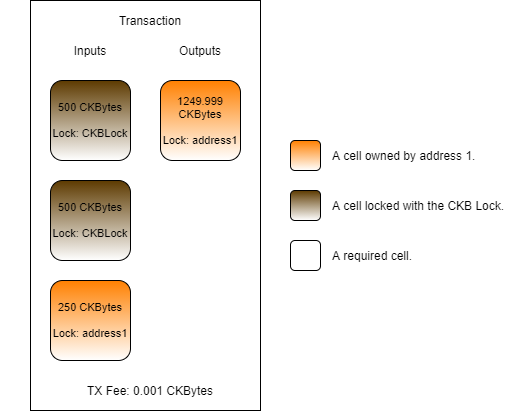
Above: .gitbook/assets/consume-transaction-structure-2.png in jordanmack/developer-training-course-documentation (draw.io), before the change. Source tidied: cells renumbered, new cells last; positions are measured from the earlier drawing's top-left corner, leaving out a move shared by most shapes.
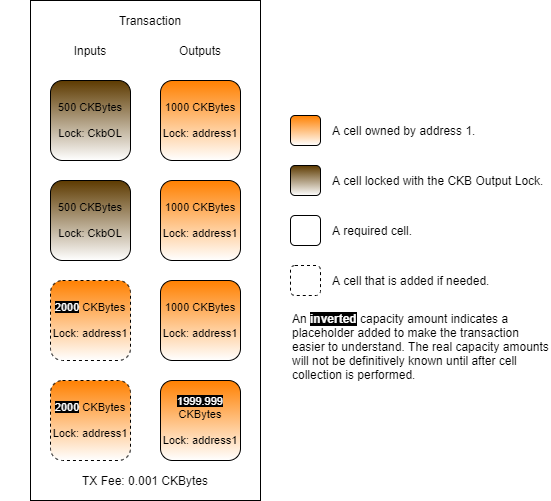
Above is the later version.

Change to the diagram source:
```diff
@@ -2,50 +2,71 @@
   <root>
     <mxCell id="0" />
     <mxCell id="1" parent="0" />
-    <mxCell id="2" style="rounded=0;whiteSpace=wrap;html=1;" parent="1" vertex="1">
-      <mxGeometry x="30" width="230" height="410" as="geometry" />
-    </mxCell>
+    <mxCell id="17" style="rounded=0;whiteSpace=wrap;html=1;" parent="1" vertex="1">
+      <mxGeometry x="-40" y="-80" width="230" height="500" as="geometry" />
+    </mxCell>
     <mxCell id="3" value="Transaction" style="text;html=1;strokeColor=none;fillColor=none;align=center;verticalAlign=middle;whiteSpace=wrap;rounded=0;" parent="1" vertex="1">
-      <mxGeometry y="10" width="300" height="20" as="geometry" />
+      <mxGeometry x="-70" y="-70" width="300" height="20" as="geometry" />
     </mxCell>
     <mxCell id="4" value="Inputs" style="text;html=1;strokeColor=none;fillColor=none;align=center;verticalAlign=middle;whiteSpace=wrap;rounded=0;" parent="1" vertex="1">
-      <mxGeometry x="55" y="40" width="70" height="20" as="geometry" />
+      <mxGeometry x="-15" y="-40" width="70" height="20" as="geometry" />
     </mxCell>
     <mxCell id="5" value="Outputs" style="text;html=1;strokeColor=none;fillColor=none;align=center;verticalAlign=middle;whiteSpace=wrap;rounded=0;" parent="1" vertex="1">
-      <mxGeometry x="165" y="40" width="70" height="20" as="geometry" />
+      <mxGeometry x="95" y="-40" width="70" height="20" as="geometry" />
     </mxCell>
     <mxCell id="6" value="TX Fee: 0.001 CKBytes" style="text;html=1;strokeColor=none;fillColor=none;align=center;verticalAlign=middle;whiteSpace=wrap;rounded=0;" parent="1" vertex="1">
-      <mxGeometry x="50" y="380" width="200" height="20" as="geometry" />
+      <mxGeometry x="-25" y="390" width="200" height="20" as="geometry" />
     </mxCell>
-    <mxCell id="7" value="500 CKBytes&lt;br&gt;&lt;br&gt;Lock: CKBLock" style="rounded=1;whiteSpace=wrap;html=1;fontSize=11;gradientColor=#ffffff;fillColor=#5D3A00;" parent="1" vertex="1">
-      <mxGeometry x="50" y="80" width="80" height="80" as="geometry" />
-    </mxCell>
-    <mxCell id="8" value="500 CKBytes&lt;br&gt;&lt;br&gt;Lock: CKBLock" style="rounded=1;whiteSpace=wrap;html=1;fontSize=11;gradientColor=#ffffff;fillColor=#5D3A00;" parent="1" vertex="1">
-      <mxGeometry x="50" y="180" width="80" height="80" as="geometry" />
-    </mxCell>
-    <mxCell id="9" value="1249.999 CKBytes&lt;br&gt;&lt;br&gt;Lock: address1" style="rounded=1;whiteSpace=wrap;html=1;fontSize=11;gradientColor=#ffffff;fillColor=#FF8000;" parent="1" vertex="1">
-      <mxGeometry x="160" y="80" width="80" height="80" as="geometry" />
-    </mxCell>
-    <mxCell id="10" style="rounded=1;whiteSpace=wrap;html=1;gradientColor=#ffffff;fillColor=#5D3A00;" parent="1" vertex="1">
-      <mxGeometry x="290" y="190" width="30" height="30" as="geometry" />
-    </mxCell>
-    <mxCell id="11" style="rounded=1;whiteSpace=wrap;html=1;gradientColor=#ffffff;fillColor=#FF8000;" parent="1" vertex="1">
-      <mxGeometry x="290" y="140" width="30" height="30" as="geometry" />
-    </mxCell>
-    <mxCell id="12" style="rounded=1;whiteSpace=wrap;html=1;gradientColor=#ffffff;fillColor=none;" parent="1" vertex="1">
-      <mxGeometry x="290" y="240" width="30" height="30" as="geometry" />
-    </mxCell>
+    <mxCell id="18" value="500 CKBytes&lt;br&gt;&lt;br&gt;Lock: CkbOL" style="rounded=1;whiteSpace=wrap;html=1;fontSize=11;gradientColor=#ffffff;fillColor=#5D3A00;" parent="1" vertex="1">
+      <mxGeometry x="-20" width="80" height="80" as="geometry" />
+    </mxCell>
+    <mxCell id="19" value="1000 CKBytes&lt;br&gt;&lt;br&gt;Lock: address1" style="rounded=1;whiteSpace=wrap;html=1;fontSize=11;gradientColor=#ffffff;fillColor=#FF8000;" parent="1" vertex="1">
+      <mxGeometry x="90" width="80" height="80" as="geometry" />
+    </mxCell>
+    <mxCell id="20" style="rounded=1;whiteSpace=wrap;html=1;gradientColor=#ffffff;fillColor=#5D3A00;" parent="1" vertex="1">
+      <mxGeometry x="220" y="85" width="30" height="30" as="geometry" />
+    </mxCell>
+    <mxCell id="21" style="rounded=1;whiteSpace=wrap;html=1;gradientColor=#ffffff;fillColor=#FF8000;" parent="1" vertex="1">
+      <mxGeometry x="220" y="35" width="30" height="30" as="geometry" />
+    </mxCell>
+    <mxCell id="22" style="rounded=1;whiteSpace=wrap;html=1;gradientColor=#ffffff;fillColor=none;" parent="1" vertex="1">
+      <mxGeometry x="220" y="135" width="30" height="30" as="geometry" />
+    </mxCell>
     <mxCell id="13" value="A cell owned by address 1." style="text;html=1;strokeColor=none;fillColor=none;align=left;verticalAlign=middle;whiteSpace=wrap;rounded=0;dashed=1;" parent="1" vertex="1">
-      <mxGeometry x="330" y="145" width="200" height="20" as="geometry" />
+      <mxGeometry x="260" y="40" width="220" height="20" as="geometry" />
     </mxCell>
-    <mxCell id="14" value="A cell locked with the CKB Lock." style="text;html=1;strokeColor=none;fillColor=none;align=left;verticalAlign=middle;whiteSpace=wrap;rounded=0;dashed=1;" parent="1" vertex="1">
-      <mxGeometry x="330" y="195" width="200" height="20" as="geometry" />
-    </mxCell>
+    <mxCell id="23" value="A cell locked with the CKB Output Lock." style="text;html=1;strokeColor=none;fillColor=none;align=left;verticalAlign=middle;whiteSpace=wrap;rounded=0;dashed=1;" parent="1" vertex="1">
+      <mxGeometry x="260" y="90" width="220" height="20" as="geometry" />
+    </mxCell>
     <mxCell id="15" value="A required cell." style="text;html=1;strokeColor=none;fillColor=none;align=left;verticalAlign=middle;whiteSpace=wrap;rounded=0;dashed=1;" parent="1" vertex="1">
-      <mxGeometry x="330" y="245" width="200" height="20" as="geometry" />
+      <mxGeometry x="260" y="140" width="220" height="20" as="geometry" />
     </mxCell>
-    <mxCell id="16" value="250 CKBytes&lt;br&gt;&lt;br&gt;Lock: address1" style="rounded=1;whiteSpace=wrap;html=1;fontSize=11;gradientColor=#ffffff;fillColor=#FF8000;" parent="1" vertex="1">
-      <mxGeometry x="50" y="280" width="80" height="80" as="geometry" />
-    </mxCell>
+    <mxCell id="24" value="500 CKBytes&lt;br&gt;&lt;br&gt;Lock: CkbOL" style="rounded=1;whiteSpace=wrap;html=1;fontSize=11;gradientColor=#ffffff;fillColor=#5D3A00;" parent="1" vertex="1">
+      <mxGeometry x="-20" y="100" width="80" height="80" as="geometry" />
+    </mxCell>
+    <mxCell id="25" value="1000 CKBytes&lt;br&gt;&lt;br&gt;Lock: address1" style="rounded=1;whiteSpace=wrap;html=1;fontSize=11;gradientColor=#ffffff;fillColor=#FF8000;" parent="1" vertex="1">
+      <mxGeometry x="90" y="100" width="80" height="80" as="geometry" />
+    </mxCell>
+    <mxCell id="26" value="1000 CKBytes&lt;br&gt;&lt;br&gt;Lock: address1" style="rounded=1;whiteSpace=wrap;html=1;fontSize=11;gradientColor=#ffffff;fillColor=#FF8000;" parent="1" vertex="1">
+      <mxGeometry x="90" y="200" width="80" height="80" as="geometry" />
+    </mxCell>
+    <mxCell id="27" style="rounded=1;whiteSpace=wrap;html=1;gradientColor=#ffffff;fillColor=none;dashed=1;" parent="1" vertex="1">
+      <mxGeometry x="220" y="185" width="30" height="30" as="geometry" />
+    </mxCell>
+    <mxCell id="28" value="A cell that is added if needed." style="text;html=1;strokeColor=none;fillColor=none;align=left;verticalAlign=middle;whiteSpace=wrap;rounded=0;dashed=1;" parent="1" vertex="1">
+      <mxGeometry x="260" y="190" width="220" height="20" as="geometry" />
+    </mxCell>
+    <mxCell id="29" value="An&amp;nbsp;&lt;b&gt;&lt;font color=&quot;#ffffff&quot; style=&quot;background-color: rgb(0 , 0 , 0)&quot;&gt;inverted&lt;/font&gt;&lt;font color=&quot;#7f00ff&quot;&gt;&amp;nbsp;&lt;/font&gt;&lt;/b&gt;capacity amount indicates a placeholder added to make the transaction easier to understand. The real capacity amounts will not be definitively known until after cell collection is performed." style="text;html=1;strokeColor=none;fillColor=none;align=left;verticalAlign=top;whiteSpace=wrap;rounded=0;dashed=1;" parent="1" vertex="1">
+      <mxGeometry x="220" y="225" width="260" height="80" as="geometry" />
+    </mxCell>
+    <mxCell id="30" value="&lt;font color=&quot;#ffffff&quot; style=&quot;background-color: rgb(0 , 0 , 0)&quot;&gt;2000&lt;/font&gt; CKBytes&lt;br&gt;&lt;br&gt;Lock: address1" style="rounded=1;whiteSpace=wrap;html=1;fontSize=11;gradientColor=#ffffff;fillColor=#FF8000;dashed=1;" parent="1" vertex="1">
+      <mxGeometry x="-20" y="200" width="80" height="80" as="geometry" />
+    </mxCell>
+    <mxCell id="31" value="&lt;font color=&quot;#ffffff&quot; style=&quot;background-color: rgb(0 , 0 , 0)&quot;&gt;2000&lt;/font&gt; CKBytes&lt;br&gt;&lt;br&gt;Lock: address1" style="rounded=1;whiteSpace=wrap;html=1;fontSize=11;gradientColor=#ffffff;fillColor=#FF8000;dashed=1;" parent="1" vertex="1">
+      <mxGeometry x="-20" y="300" width="80" height="80" as="geometry" />
+    </mxCell>
+    <mxCell id="32" value="&lt;font color=&quot;#ffffff&quot; style=&quot;background-color: rgb(0 , 0 , 0)&quot;&gt;1999.999&lt;br&gt;&lt;/font&gt;CKBytes&lt;br&gt;&lt;br&gt;Lock: address1" style="rounded=1;whiteSpace=wrap;html=1;fontSize=11;gradientColor=#ffffff;fillColor=#FF8000;" parent="1" vertex="1">
+      <mxGeometry x="90" y="300" width="80" height="80" as="geometry" />
+    </mxCell>
   </root>
 </mxGraphModel>
```
